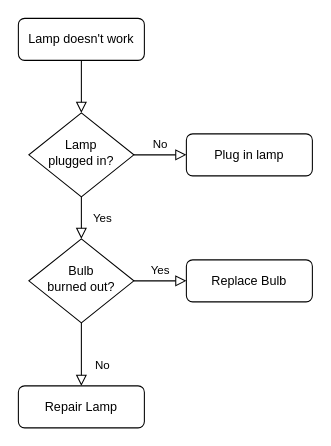
The draw.io diagram flowchart_psbf.drawio in zaenal-abidin-syah/diagram, before the edit. Source tidied: cells renumbered, new cells numbered last; positions are measured from the earlier drawing's top-left corner, leaving out a move shared by most shapes. Both pictures are drawn from the tidied source at 105%, with x=0, y=0 at pixel (18, 18).
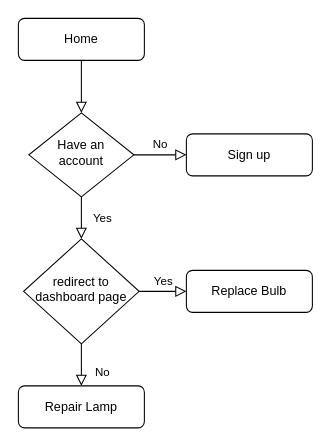
Above is the later version.

Change to the diagram source:
```diff
@@
 <mxGraphModel>
   <root>
     <mxCell id="0" />
     <mxCell id="1" parent="0" />
     <mxCell id="2" style="rounded=0;html=1;jettySize=auto;fontSize=11;endArrow=block;endFill=0;endSize=8;strokeWidth=1;shadow=0;labelBackgroundColor=none;edgeStyle=orthogonalEdgeStyle;" parent="1" edge="1" source="3" target="6">
       <mxGeometry relative="1" as="geometry" />
     </mxCell>
-    <mxCell id="3" value="Lamp doesn't work" style="rounded=1;whiteSpace=wrap;html=1;fontSize=12;glass=0;strokeWidth=1;shadow=0;" parent="1" vertex="1">
+    <mxCell id="3" value="Home" style="rounded=1;whiteSpace=wrap;html=1;fontSize=12;glass=0;strokeWidth=1;shadow=0;" parent="1" vertex="1">
       <mxGeometry width="120" height="40" as="geometry" />
     </mxCell>
     <mxCell id="4" value="Yes" style="rounded=0;html=1;jettySize=auto;fontSize=11;endArrow=block;endFill=0;endSize=8;strokeWidth=1;shadow=0;labelBackgroundColor=none;edgeStyle=orthogonalEdgeStyle;" parent="1" edge="1" source="6" target="10">
       <mxGeometry y="20" relative="1" as="geometry" />
     </mxCell>
     <mxCell id="5" value="No" style="edgeStyle=orthogonalEdgeStyle;rounded=0;html=1;jettySize=auto;fontSize=11;endArrow=block;endFill=0;endSize=8;strokeWidth=1;shadow=0;labelBackgroundColor=none;" parent="1" edge="1" source="6" target="7">
       <mxGeometry y="10" relative="1" as="geometry" />
     </mxCell>
-    <mxCell id="6" value="Lamp&lt;br&gt;plugged in?" style="rhombus;whiteSpace=wrap;html=1;shadow=0;fontFamily=Helvetica;fontSize=12;align=center;strokeWidth=1;spacing=6;spacingTop=-4;" parent="1" vertex="1">
+    <mxCell id="6" value="Have an account" style="rhombus;whiteSpace=wrap;html=1;shadow=0;fontFamily=Helvetica;fontSize=12;align=center;strokeWidth=1;spacing=6;spacingTop=-4;" parent="1" vertex="1">
       <mxGeometry x="10" y="90" width="100" height="80" as="geometry" />
     </mxCell>
-    <mxCell id="7" value="Plug in lamp" style="rounded=1;whiteSpace=wrap;html=1;fontSize=12;glass=0;strokeWidth=1;shadow=0;" parent="1" vertex="1">
+    <mxCell id="7" value="Sign up" style="rounded=1;whiteSpace=wrap;html=1;fontSize=12;glass=0;strokeWidth=1;shadow=0;" parent="1" vertex="1">
       <mxGeometry x="160" y="110" width="120" height="40" as="geometry" />
     </mxCell>
     <mxCell id="8" value="No" style="rounded=0;html=1;jettySize=auto;fontSize=11;endArrow=block;endFill=0;endSize=8;strokeWidth=1;shadow=0;labelBackgroundColor=none;edgeStyle=orthogonalEdgeStyle;" parent="1" edge="1" source="10" target="11">
       <mxGeometry x="0.33" y="20" relative="1" as="geometry" />
     </mxCell>
     <mxCell id="9" value="Yes" style="edgeStyle=orthogonalEdgeStyle;rounded=0;html=1;jettySize=auto;fontSize=11;endArrow=block;endFill=0;endSize=8;strokeWidth=1;shadow=0;labelBackgroundColor=none;" parent="1" edge="1" source="10" target="12">
       <mxGeometry y="10" relative="1" as="geometry" />
     </mxCell>
-    <mxCell id="10" value="Bulb&lt;br&gt;burned out?" style="rhombus;whiteSpace=wrap;html=1;shadow=0;fontFamily=Helvetica;fontSize=12;align=center;strokeWidth=1;spacing=6;spacingTop=-4;" parent="1" vertex="1">
-      <mxGeometry x="10" y="210" width="100" height="80" as="geometry" />
+    <mxCell id="10" value="redirect to dashboard page" style="rhombus;whiteSpace=wrap;html=1;shadow=0;fontFamily=Helvetica;fontSize=12;align=center;strokeWidth=1;spacing=6;spacingTop=-4;" parent="1" vertex="1">
+      <mxGeometry x="5" y="210" width="110" height="100" as="geometry" />
     </mxCell>
     <mxCell id="11" value="Repair Lamp" style="rounded=1;whiteSpace=wrap;html=1;fontSize=12;glass=0;strokeWidth=1;shadow=0;" parent="1" vertex="1">
       <mxGeometry y="350" width="120" height="40" as="geometry" />
     </mxCell>
     <mxCell id="12" value="Replace Bulb" style="rounded=1;whiteSpace=wrap;html=1;fontSize=12;glass=0;strokeWidth=1;shadow=0;" parent="1" vertex="1">
-      <mxGeometry x="160" y="230" width="120" height="40" as="geometry" />
+      <mxGeometry x="160" y="240" width="120" height="40" as="geometry" />
     </mxCell>
   </root>
 </mxGraphModel>
```
